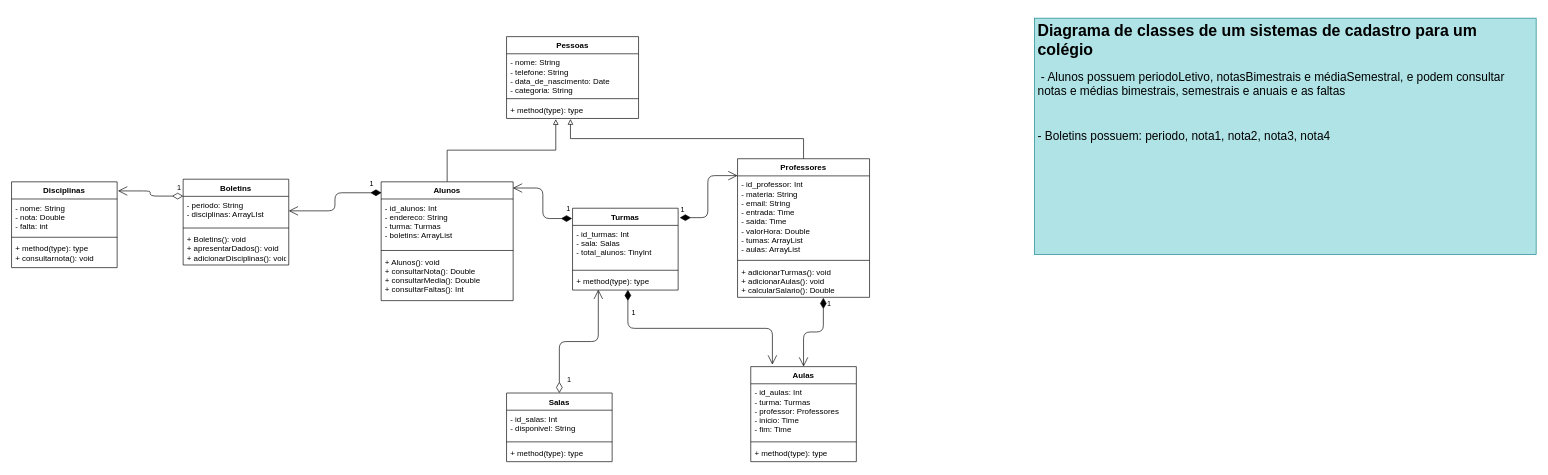
moreirafelipe/dh-poo-checkpoint1 keeps this draw.io diagram as diagrama_classes.drawio. Above is the earlier version. Source tidied: cells renumbered, new cells numbered last; positions are measured from the earlier drawing's top-left corner, leaving out a move shared by most shapes. Both pictures are drawn from the tidied source at 66%, with x=0, y=0 at pixel (11, 18).
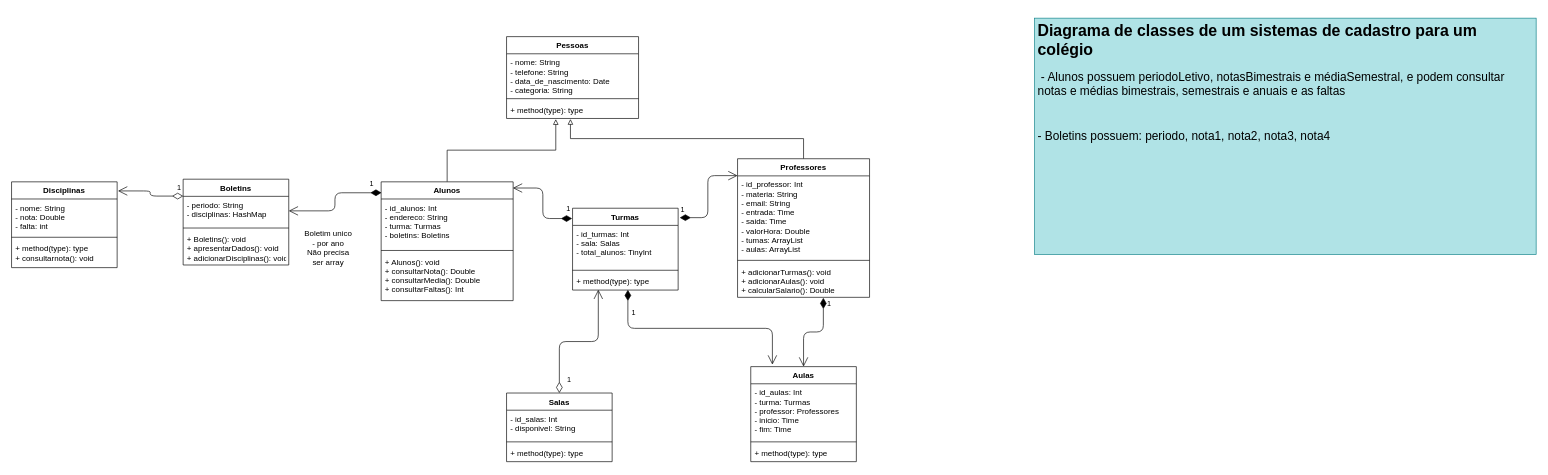
The same diagram, later.

The change refers to these unchanged cells:
```xml
<mxCell id="20" value="Alunos" style="swimlane;fontStyle=1;align=center;verticalAlign=top;horizontal=1;startSize=26;" parent="1" vertex="1">
  <mxGeometry x="560" y="248" width="200" height="180" as="geometry" />
</mxCell>
<mxCell id="29" value="Boletins" style="swimlane;fontStyle=1;align=center;verticalAlign=top;horizontal=1;startSize=26;" parent="1" vertex="1">
  <mxGeometry x="260" y="244" width="160" height="130" as="geometry" />
</mxCell>
```

Diff of the diagram source:
```diff
@@
-    <mxCell id="21" value="- id_alunos: Int&#10;- endereco: String&#10;- turma: Turmas&#10;- boletins: ArrayList&#10;" style="text;strokeColor=none;fillColor=none;align=left;verticalAlign=top;spacingLeft=4;spacingRight=4;overflow=hidden;" parent="20" vertex="1">
+    <mxCell id="21" value="- id_alunos: Int&#10;- endereco: String&#10;- turma: Turmas&#10;- boletins: Boletins&#10;" style="text;strokeColor=none;fillColor=none;align=left;verticalAlign=top;spacingLeft=4;spacingRight=4;overflow=hidden;" parent="20" vertex="1">
       <mxGeometry y="26" width="200" height="74" as="geometry" />
     </mxCell>
@@
-    <mxCell id="30" value="- periodo: String&#10;- disciplinas: ArrayLIst" style="text;strokeColor=none;fillColor=none;align=left;verticalAlign=top;spacingLeft=4;spacingRight=4;overflow=hidden;points=[[0,0.5],[1,0.5]];portConstraint=eastwest;" parent="29" vertex="1">
+    <mxCell id="30" value="- periodo: String&#10;- disciplinas: HashMap" style="text;strokeColor=none;fillColor=none;align=left;verticalAlign=top;spacingLeft=4;spacingRight=4;overflow=hidden;points=[[0,0.5],[1,0.5]];portConstraint=eastwest;" parent="29" vertex="1">
       <mxGeometry y="26" width="160" height="44" as="geometry" />
     </mxCell>
@@
+    <mxCell id="44" value="Boletim unico - por ano&lt;br&gt;Não precisa ser array" style="text;html=1;strokeColor=none;fillColor=none;align=center;verticalAlign=middle;whiteSpace=wrap;rounded=0;" parent="1" vertex="1">
+      <mxGeometry x="440" y="338" width="80" height="20" as="geometry" />
+    </mxCell>
```
